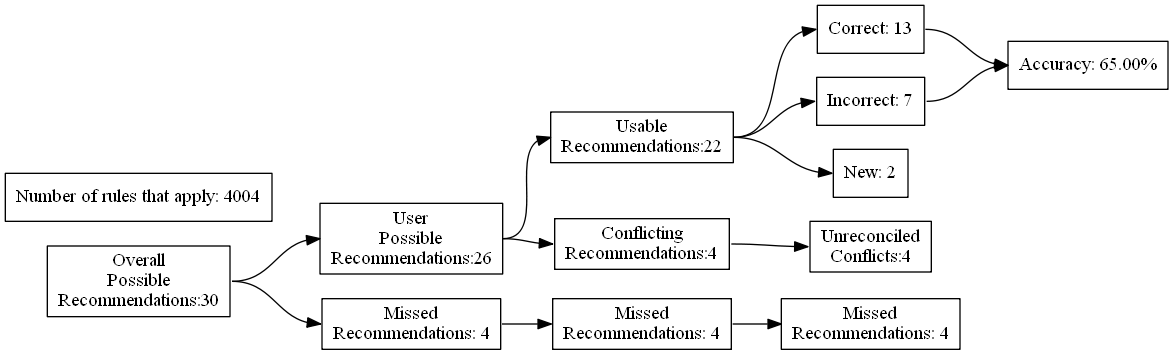
Before: test_renders/24.gv.png, a diagram exported from Graphviz (ZaxR/ibd_diet_analysis). Its source is kept beside it as test_renders/24.gv. Source of this version:
```dot
digraph {
	graph [rankdir=LR]
	node [pos=r shape=box]
	edge [headport=w tailport=e]
		A [label="Overall
Possible
Recommendations:30"]
		B [label="User
Possible
Recommendations:26"]
		C [label="Missed
Recommendations: 4"]
		D [label="Usable
Recommendations:22"]
		E [label="Conflicting
Recommendations:4"]
		J [label="Missed
Recommendations: 4"]
		M [label="Unreconciled
Conflicts:4"]
		F [label="Correct: 13"]
		G [label="Incorrect: 7"]
		H [label="New: 2"]
		K [label="Missed
Recommendations: 4"]
		I [label="Accuracy: 65.00%"]
		l [label="Number of rules that apply: 4004"]
			A -> B
			A -> C
			B -> D
			B -> E
			D -> F
			D -> G
			D -> H
			F -> I
			G -> I
			C -> J
			J -> K
			E -> M
}
```
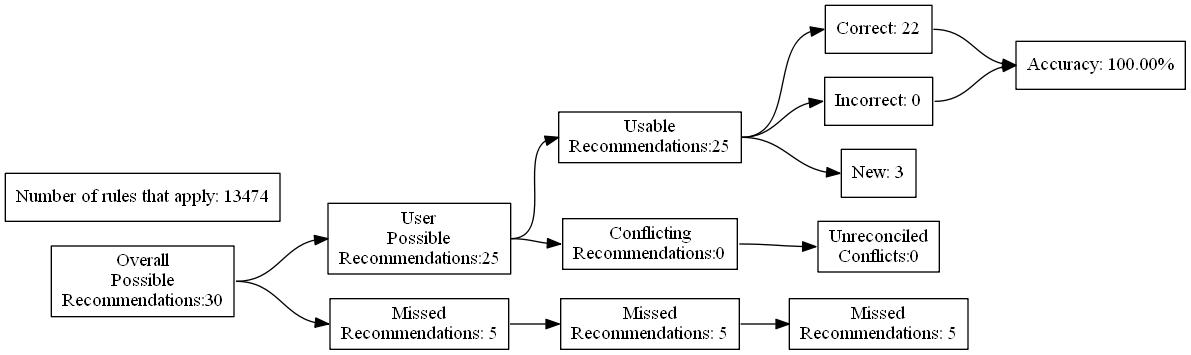
After the commit.

What changed in the source:
```diff
@@ -7,24 +7,24 @@
 Recommendations:30"]
 		B [label="User
 Possible
-Recommendations:26"]
+Recommendations:25"]
 		C [label="Missed
-Recommendations: 4"]
+Recommendations: 5"]
 		D [label="Usable
-Recommendations:22"]
+Recommendations:25"]
 		E [label="Conflicting
-Recommendations:4"]
+Recommendations:0"]
 		J [label="Missed
-Recommendations: 4"]
+Recommendations: 5"]
 		M [label="Unreconciled
-Conflicts:4"]
-		F [label="Correct: 13"]
-		G [label="Incorrect: 7"]
-		H [label="New: 2"]
+Conflicts:0"]
+		F [label="Correct: 22"]
+		G [label="Incorrect: 0"]
+		H [label="New: 3"]
 		K [label="Missed
-Recommendations: 4"]
-		I [label="Accuracy: 65.00%"]
-		l [label="Number of rules that apply: 4004"]
+Recommendations: 5"]
+		I [label="Accuracy: 100.00%"]
+		l [label="Number of rules that apply: 13474"]
 			A -> B
 			A -> C
 			B -> D
```
